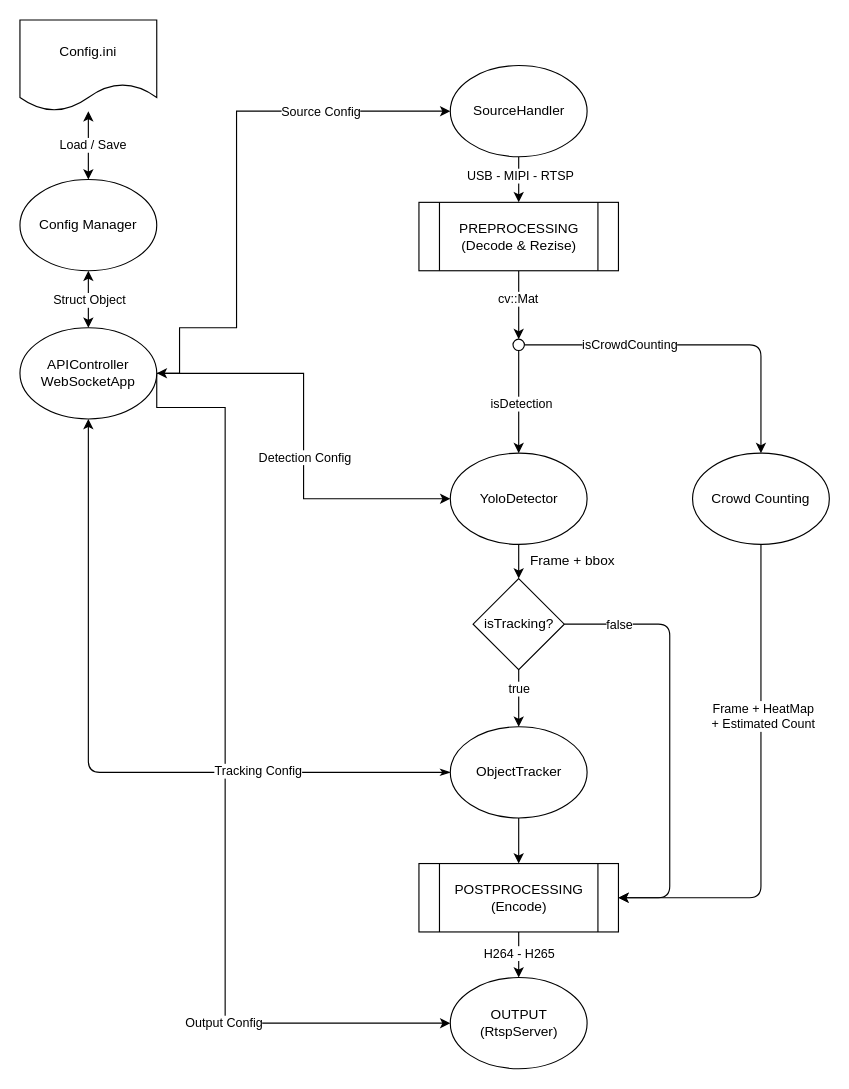
Above: page "Diagram Arsitektur" (1 of 2) of DiagramArsitektur.drawio in BagaszPraa/SurveilanceCam (draw.io), before the change. Source tidied: cells renumbered, new cells numbered last; positions are measured from the earlier drawing's top-left corner, leaving out a move shared by most shapes. Both pictures are drawn from the tidied source at 114%, with x=0, y=0 at pixel (19, 19).
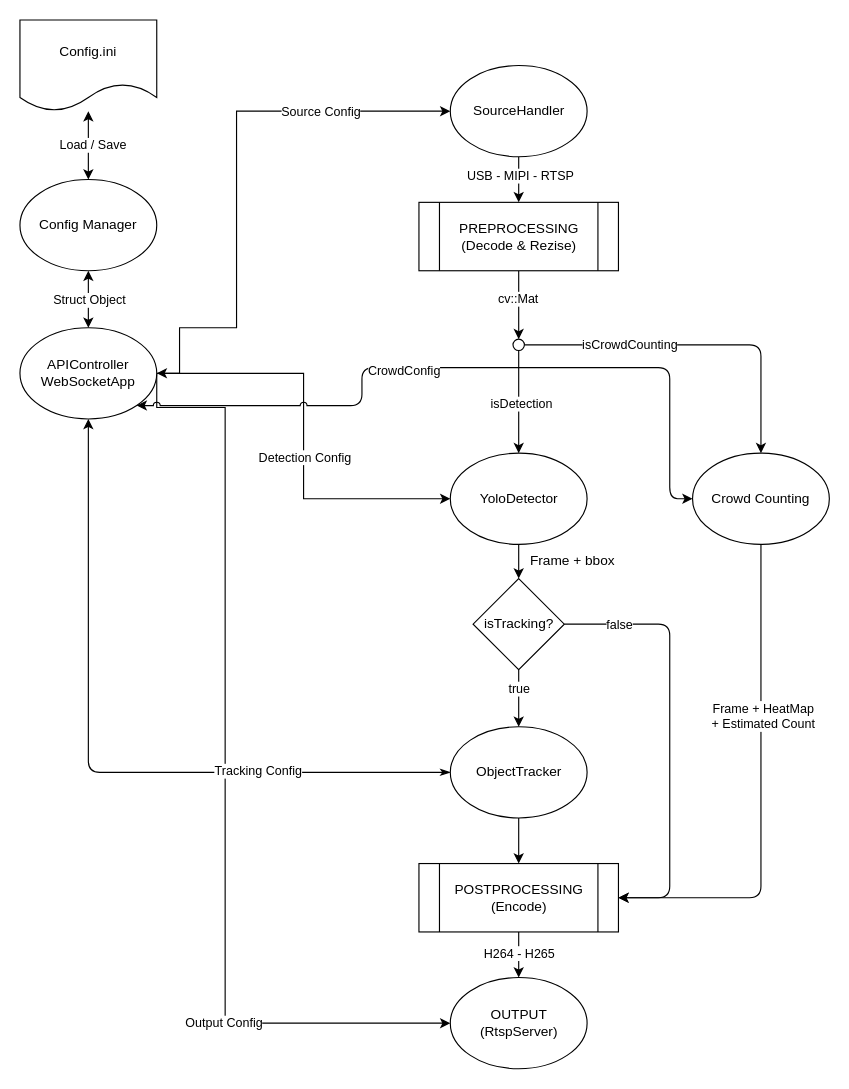
After the change.

The change refers to these unchanged cells:
```xml
<mxCell id="8" value="APIController&lt;div&gt;WebSocketApp&lt;/div&gt;" style="ellipse;whiteSpace=wrap;html=1;" parent="1" vertex="1">
  <mxGeometry y="270" width="120" height="80" as="geometry" />
</mxCell>
<mxCell id="39" value="Crowd Counting" style="ellipse;whiteSpace=wrap;html=1;" parent="1" vertex="1">
  <mxGeometry x="590" y="380" width="120" height="80" as="geometry" />
</mxCell>
```

What changed in the source:
```diff
@@
+    <mxCell id="45" style="edgeStyle=orthogonalEdgeStyle;html=1;exitX=0;exitY=0.5;exitDx=0;exitDy=0;entryX=1;entryY=1;entryDx=0;entryDy=0;startArrow=classic;startFill=1;jumpStyle=arc;" parent="1" edge="1" source="39" target="8">
+      <mxGeometry relative="1" as="geometry">
+        <Array as="points">
+          <mxPoint x="570" y="420" />
+          <mxPoint x="570" y="305" />
+          <mxPoint x="300" y="305" />
+          <mxPoint x="300" y="338" />
+        </Array>
+      </mxGeometry>
+    </mxCell>
+    <mxCell id="46" value="CrowdConfig" style="edgeLabel;html=1;align=center;verticalAlign=middle;" parent="45" vertex="1">
+      <mxGeometry x="0.16" y="2" relative="1" as="geometry" />
+    </mxCell>
```
